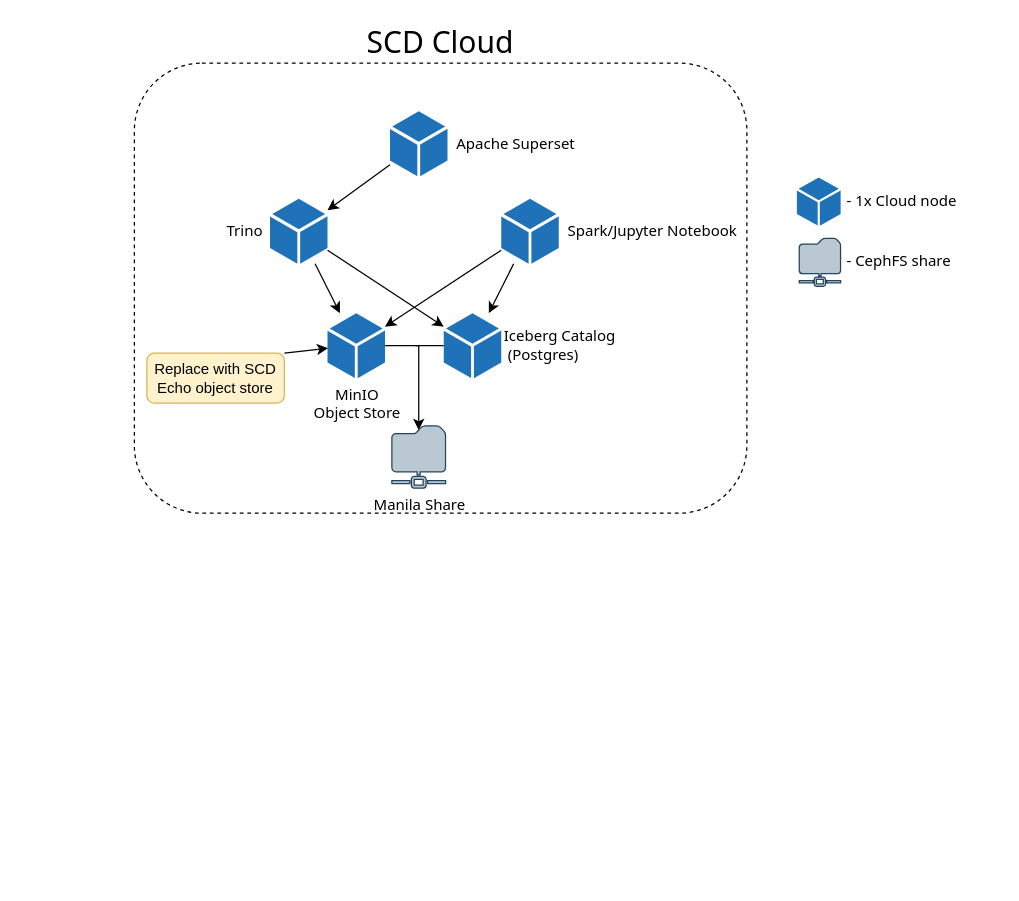
ISISNeutronMuon/ddf-lakehouse-prototype keeps this draw.io diagram as docs/images/ISIS Data Lakehouse PoC.drawio. Above is the earlier version. Source tidied: cells renumbered, new cells numbered last; positions are measured from the earlier drawing's top-left corner, leaving out a move shared by most shapes. Both pictures are drawn from the tidied source at 125%, with x=0, y=0 at pixel (134, 62).
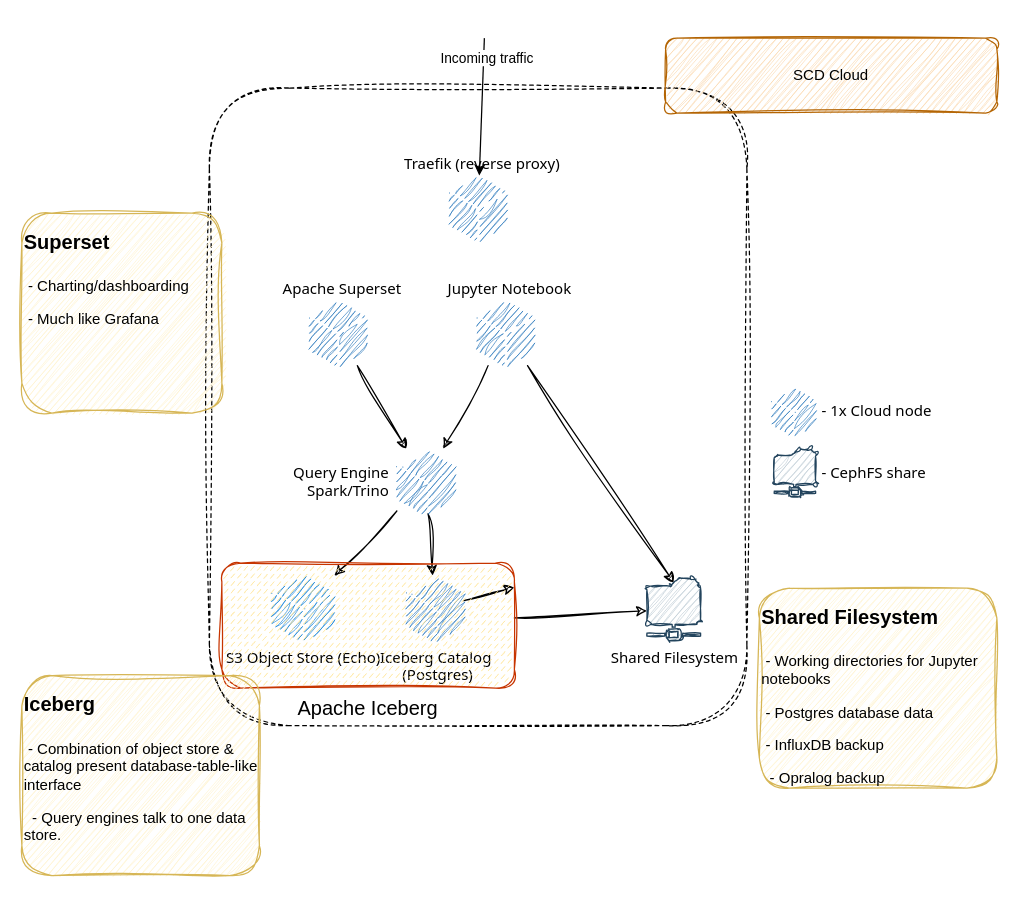
Above is the later version.

Change to the diagram source:
```diff
@@
+    <mxCell id="20" style="endArrow=none;html=1;rounded=0;endFill=0;startArrow=classic;startFill=1;" parent="1" edge="1" source="31">
+      <mxGeometry relative="1" as="geometry">
+        <mxPoint x="280" y="-20" as="targetPoint" />
+      </mxGeometry>
+    </mxCell>
+    <mxCell id="21" value="Incoming traffic" style="edgeLabel;html=1;align=center;verticalAlign=middle;" parent="20" vertex="1">
+      <mxGeometry x="0.73" y="-2" relative="1" as="geometry" />
+    </mxCell>
-    <mxCell id="2" value="SCD Cloud" style="rounded=1;whiteSpace=wrap;html=1;dashed=1;fillColor=none;fontFamily=Tahoma;labelPosition=center;verticalLabelPosition=top;align=center;verticalAlign=bottom;fontSize=24;" parent="1" vertex="1">
-      <mxGeometry width="490" height="360" as="geometry" />
+    <mxCell id="2" style="rounded=1;whiteSpace=wrap;html=1;dashed=1;fillColor=none;fontFamily=Tahoma;labelPosition=center;verticalLabelPosition=top;align=center;verticalAlign=bottom;fontSize=24;sketch=1;curveFitting=1;jiggle=2;" parent="1" vertex="1">
+      <mxGeometry x="60" y="20" width="430" height="510" as="geometry" />
     </mxCell>
-    <mxCell id="3" value="Manila Share" style="sketch=0;shadow=0;dashed=0;html=1;strokeColor=#23445d;labelPosition=center;verticalLabelPosition=bottom;verticalAlign=top;align=center;fillColor=#bac8d3;shape=mxgraph.mscae.enterprise.shared_folder;fontFamily=Tahoma;" parent="1" vertex="1">
-      <mxGeometry x="206" y="290" width="43" height="50" as="geometry" />
+    <mxCell id="3" value="Shared Filesystem" style="sketch=1;shadow=0;dashed=0;html=1;strokeColor=#23445d;labelPosition=center;verticalLabelPosition=bottom;verticalAlign=top;align=center;fillColor=#bac8d3;shape=mxgraph.mscae.enterprise.shared_folder;fontFamily=Tahoma;curveFitting=1;jiggle=2;" parent="1" vertex="1">
+      <mxGeometry x="410" y="412" width="43" height="50" as="geometry" />
     </mxCell>
-    <mxCell id="4" value="MinIO&lt;div&gt;Object Store&lt;/div&gt;" style="sketch=0;shadow=0;dashed=0;html=1;strokeColor=none;labelPosition=center;verticalLabelPosition=bottom;verticalAlign=top;outlineConnect=0;align=center;shape=mxgraph.office.concepts.node_generic;fillColor=#2072B8;fontFamily=Tahoma;" parent="1" vertex="1">
-      <mxGeometry x="154.5" y="200" width="46" height="52" as="geometry" />
-    </mxCell>
+    <mxCell id="22" style="rounded=0;jettySize=auto;html=1;sketch=1;curveFitting=1;jiggle=2;" parent="1" edge="1" source="28" target="3">
+      <mxGeometry relative="1" as="geometry" />
+    </mxCell>
-    <mxCell id="5" value="&amp;nbsp;- 1x Cloud node" style="sketch=0;shadow=0;dashed=0;html=1;strokeColor=none;labelPosition=right;verticalLabelPosition=middle;verticalAlign=middle;align=left;shape=mxgraph.office.concepts.node_generic;fillColor=#2072B8;fontFamily=Tahoma;" parent="1" vertex="1">
-      <mxGeometry x="530" y="91.5" width="35" height="38.5" as="geometry" />
+    <mxCell id="5" value="&amp;nbsp;- 1x Cloud node" style="sketch=1;shadow=0;dashed=0;html=1;strokeColor=none;labelPosition=right;verticalLabelPosition=middle;verticalAlign=middle;align=left;shape=mxgraph.office.concepts.node_generic;fillColor=#2072B8;fontFamily=Tahoma;curveFitting=1;jiggle=2;" parent="1" vertex="1">
+      <mxGeometry x="510" y="260" width="35" height="38.5" as="geometry" />
     </mxCell>
-    <mxCell id="6" style="edgeStyle=orthogonalEdgeStyle;rounded=0;jettySize=auto;html=1;entryX=0.5;entryY=0.07;entryDx=0;entryDy=0;entryPerimeter=0;fontFamily=Tahoma;" parent="1" edge="1" source="4" target="3">
-      <mxGeometry relative="1" as="geometry" />
-    </mxCell>
-    <mxCell id="7" style="edgeStyle=orthogonalEdgeStyle;rounded=0;jettySize=auto;html=1;endArrow=none;endFill=0;fontFamily=Tahoma;" parent="1" edge="1" source="8">
-      <mxGeometry relative="1" as="geometry">
-        <mxPoint x="224.5" y="226" as="targetPoint" />
-      </mxGeometry>
-    </mxCell>
-    <mxCell id="8" value="Iceberg Catalog&lt;div&gt;&amp;nbsp;(Postgres)&lt;/div&gt;" style="sketch=0;shadow=0;dashed=0;html=1;strokeColor=none;labelPosition=right;verticalLabelPosition=middle;verticalAlign=middle;outlineConnect=0;align=left;shape=mxgraph.office.concepts.node_generic;fillColor=#2072B8;fontFamily=Tahoma;" parent="1" vertex="1">
-      <mxGeometry x="247.5" y="200" width="46" height="52" as="geometry" />
-    </mxCell>
-    <mxCell id="9" style="rounded=0;jettySize=auto;html=1;" parent="1" edge="1" source="11" target="4">
+    <mxCell id="9" style="rounded=0;jettySize=auto;html=1;sketch=1;curveFitting=1;jiggle=2;" parent="1" edge="1" source="11" target="4">
       <mxGeometry relative="1" as="geometry" />
     </mxCell>
-    <mxCell id="10" style="rounded=0;jettySize=auto;html=1;" parent="1" edge="1" source="11" target="8">
+    <mxCell id="10" style="rounded=0;jettySize=auto;html=1;sketch=1;curveFitting=1;jiggle=2;" parent="1" edge="1" source="11" target="8">
       <mxGeometry relative="1" as="geometry" />
     </mxCell>
-    <mxCell id="11" value="Trino" style="sketch=0;shadow=0;dashed=0;html=1;strokeColor=none;labelPosition=left;verticalLabelPosition=middle;verticalAlign=middle;outlineConnect=0;align=right;shape=mxgraph.office.concepts.node_generic;fillColor=#2072B8;fontFamily=Tahoma;spacingLeft=0;spacingRight=5;" parent="1" vertex="1">
-      <mxGeometry x="108.5" y="108.5" width="46" height="52" as="geometry" />
+    <mxCell id="11" value="Query Engine&lt;div&gt;Spark/Trino&lt;/div&gt;" style="sketch=1;shadow=0;dashed=0;html=1;strokeColor=none;labelPosition=left;verticalLabelPosition=middle;verticalAlign=middle;outlineConnect=0;align=right;shape=mxgraph.office.concepts.node_generic;fillColor=#2072B8;fontFamily=Tahoma;spacingLeft=0;spacingRight=5;curveFitting=1;jiggle=2;" parent="1" vertex="1">
+      <mxGeometry x="210" y="308.5" width="46" height="52" as="geometry" />
     </mxCell>
-    <mxCell id="12" style="rounded=0;jettySize=auto;html=1;" parent="1" edge="1" source="13" target="4">
-      <mxGeometry relative="1" as="geometry" />
-    </mxCell>
+    <mxCell id="23" style="rounded=0;jettySize=auto;html=1;strokeColor=none;sketch=1;curveFitting=1;jiggle=2;" parent="1" edge="1" source="13" target="11">
+      <mxGeometry relative="1" as="geometry" />
+    </mxCell>
+    <mxCell id="8" value="Iceberg Catalog&lt;div&gt;&amp;nbsp;(Postgres)&lt;/div&gt;" style="sketch=1;shadow=0;dashed=0;html=1;strokeColor=none;labelPosition=center;verticalLabelPosition=bottom;verticalAlign=top;outlineConnect=0;align=center;shape=mxgraph.office.concepts.node_generic;fillColor=#2072B8;fontFamily=Tahoma;curveFitting=1;jiggle=2;" parent="1" vertex="1">
+      <mxGeometry x="217.5" y="410" width="46" height="52" as="geometry" />
+    </mxCell>
+    <mxCell id="24" style="rounded=0;jettySize=auto;html=1;sketch=1;curveFitting=1;jiggle=2;" parent="1" edge="1" source="13" target="11">
+      <mxGeometry relative="1" as="geometry" />
+    </mxCell>
-    <mxCell id="13" value="Spark/Jupyter Notebook" style="sketch=0;shadow=0;dashed=0;html=1;strokeColor=none;labelPosition=right;verticalLabelPosition=middle;verticalAlign=middle;outlineConnect=0;align=left;shape=mxgraph.office.concepts.node_generic;fillColor=#2072B8;fontFamily=Tahoma;spacingLeft=5;" parent="1" vertex="1">
-      <mxGeometry x="293.5" y="108.5" width="46" height="52" as="geometry" />
+    <mxCell id="13" value="Jupyter Notebook" style="sketch=1;shadow=0;dashed=0;html=1;strokeColor=none;labelPosition=center;verticalLabelPosition=top;verticalAlign=bottom;outlineConnect=0;align=center;shape=mxgraph.office.concepts.node_generic;fillColor=#2072B8;fontFamily=Tahoma;spacingLeft=5;curveFitting=1;jiggle=2;" parent="1" vertex="1">
+      <mxGeometry x="274" y="190" width="46" height="52" as="geometry" />
     </mxCell>
-    <mxCell id="14" value="&amp;nbsp;- CephFS share" style="sketch=0;shadow=0;dashed=0;html=1;strokeColor=#23445d;labelPosition=right;verticalLabelPosition=middle;verticalAlign=middle;align=left;fillColor=#bac8d3;shape=mxgraph.mscae.enterprise.shared_folder;fontFamily=Tahoma;" parent="1" vertex="1">
-      <mxGeometry x="531.9" y="140" width="33.1" height="38.5" as="geometry" />
+    <mxCell id="14" value="&amp;nbsp;- CephFS share" style="sketch=1;shadow=0;dashed=0;html=1;strokeColor=#23445d;labelPosition=right;verticalLabelPosition=middle;verticalAlign=middle;align=left;fillColor=#bac8d3;shape=mxgraph.mscae.enterprise.shared_folder;fontFamily=Tahoma;curveFitting=1;jiggle=2;" parent="1" vertex="1">
+      <mxGeometry x="511.9" y="308.5" width="33.1" height="38.5" as="geometry" />
     </mxCell>
-    <mxCell id="15" style="rounded=0;jettySize=auto;html=1;" parent="1" edge="1" source="13" target="8">
-      <mxGeometry relative="1" as="geometry" />
-    </mxCell>
-    <mxCell id="16" style="rounded=0;jettySize=auto;html=1;" parent="1" edge="1" source="17" target="11">
+    <mxCell id="16" style="rounded=0;jettySize=auto;html=1;sketch=1;curveFitting=1;jiggle=2;" parent="1" edge="1" source="17" target="11">
       <mxGeometry relative="1" as="geometry" />
     </mxCell>
-    <mxCell id="17" value="Apache Superset" style="sketch=0;shadow=0;dashed=0;html=1;strokeColor=none;labelPosition=right;verticalLabelPosition=middle;verticalAlign=middle;outlineConnect=0;align=left;shape=mxgraph.office.concepts.node_generic;fillColor=#2072B8;fontFamily=Tahoma;spacingLeft=5;" parent="1" vertex="1">
-      <mxGeometry x="204.5" y="38.5" width="46" height="52" as="geometry" />
+    <mxCell id="17" value="Apache Superset" style="sketch=1;shadow=0;dashed=0;html=1;strokeColor=none;labelPosition=center;verticalLabelPosition=top;verticalAlign=bottom;outlineConnect=0;align=center;shape=mxgraph.office.concepts.node_generic;fillColor=#2072B8;fontFamily=Tahoma;spacingLeft=5;curveFitting=1;jiggle=2;" parent="1" vertex="1">
+      <mxGeometry x="140" y="190" width="46" height="52" as="geometry" />
     </mxCell>
-    <mxCell id="18" style="rounded=0;jettySize=auto;html=1;exitX=1;exitY=0;exitDx=0;exitDy=0;" parent="1" edge="1" source="19">
-      <mxGeometry relative="1" as="geometry">
-        <mxPoint x="155" y="228" as="targetPoint" />
-      </mxGeometry>
-    </mxCell>
-    <mxCell id="19" value="Replace with SCD Echo object store" style="text;html=1;align=center;verticalAlign=middle;whiteSpace=wrap;rounded=1;fillColor=#fff2cc;strokeColor=#d6b656;" parent="1" vertex="1">
-      <mxGeometry x="10" y="232" width="110" height="40" as="geometry" />
-    </mxCell>
+    <mxCell id="25" style="rounded=0;jettySize=auto;html=1;entryX=0.5;entryY=0.07;entryDx=0;entryDy=0;entryPerimeter=0;sketch=1;curveFitting=1;jiggle=2;" parent="1" edge="1" source="13" target="3">
+      <mxGeometry relative="1" as="geometry" />
+    </mxCell>
+    <mxCell id="26" value="&lt;h1 style=&quot;margin-top: 0px;&quot;&gt;&lt;font style=&quot;font-size: 16px;&quot;&gt;Shared Filesystem&lt;/font&gt;&lt;/h1&gt;&lt;p&gt;&amp;nbsp;- Working directories for Jupyter notebooks&lt;/p&gt;&lt;p&gt;&lt;span style=&quot;background-color: initial;&quot;&gt;&amp;nbsp;- Postgres database data&lt;/span&gt;&lt;/p&gt;&lt;p&gt;&amp;nbsp;- InfluxDB backup&lt;/p&gt;&lt;p&gt;&amp;nbsp; - Opralog backup&lt;/p&gt;&lt;p&gt;&lt;span style=&quot;background-color: initial;&quot;&gt;&lt;br&gt;&lt;/span&gt;&lt;/p&gt;&lt;p&gt;&lt;span style=&quot;background-color: initial;&quot;&gt;&lt;br&gt;&lt;/span&gt;&lt;/p&gt;" style="text;html=1;whiteSpace=wrap;overflow=hidden;rounded=1;fillColor=#fff2cc;strokeColor=#d6b656;sketch=1;curveFitting=1;jiggle=2;" parent="1" vertex="1">
+      <mxGeometry x="500" y="420" width="190" height="160" as="geometry" />
+    </mxCell>
+    <mxCell id="4" value="S3&amp;nbsp;&lt;span style=&quot;background-color: initial;&quot;&gt;Object Store (Echo)&lt;/span&gt;" style="sketch=1;shadow=0;dashed=0;html=1;strokeColor=none;labelPosition=center;verticalLabelPosition=bottom;verticalAlign=top;outlineConnect=0;align=center;shape=mxgraph.office.concepts.node_generic;fillColor=#0178D4;fontFamily=Tahoma;curveFitting=1;jiggle=2;" parent="1" vertex="1">
+      <mxGeometry x="110" y="410" width="50" height="52" as="geometry" />
+    </mxCell>
+    <mxCell id="27" style="rounded=0;jettySize=auto;html=1;sketch=1;curveFitting=1;jiggle=2;" parent="1" edge="1" source="8" target="28">
+      <mxGeometry relative="1" as="geometry" />
+    </mxCell>
+    <mxCell id="28" value="Apache Iceberg" style="rounded=1;whiteSpace=wrap;html=1;fillColor=#FFE599;strokeColor=#C73500;labelBackgroundColor=none;sketch=1;curveFitting=1;jiggle=2;fontColor=#000000;labelPosition=center;verticalLabelPosition=bottom;align=center;verticalAlign=top;fontSize=16;fillStyle=dashed;" parent="1" vertex="1">
+      <mxGeometry x="70" y="400" width="234" height="100" as="geometry" />
+    </mxCell>
+    <mxCell id="29" value="&lt;h1 style=&quot;margin-top: 0px;&quot;&gt;&lt;font style=&quot;font-size: 16px;&quot;&gt;Iceberg&lt;/font&gt;&lt;/h1&gt;&lt;p&gt;&amp;nbsp;- Combination of object store &amp;amp; catalog present database-table-like interface&lt;/p&gt;&lt;p&gt;&amp;nbsp; - Query engines talk to one data store.&amp;nbsp;&lt;/p&gt;&lt;p&gt;&lt;span style=&quot;background-color: initial;&quot;&gt;&lt;br&gt;&lt;/span&gt;&lt;/p&gt;" style="text;html=1;whiteSpace=wrap;overflow=hidden;rounded=1;fillColor=#fff2cc;strokeColor=#d6b656;sketch=1;curveFitting=1;jiggle=2;" parent="1" vertex="1">
+      <mxGeometry x="-90" y="490" width="190" height="160" as="geometry" />
+    </mxCell>
+    <mxCell id="30" value="&lt;h1 style=&quot;margin-top: 0px;&quot;&gt;&lt;font style=&quot;font-size: 16px;&quot;&gt;Superset&lt;/font&gt;&lt;/h1&gt;&lt;p&gt;&amp;nbsp;- Charting/dashboarding&lt;/p&gt;&lt;p&gt;&amp;nbsp;- Much like Grafana&lt;/p&gt;" style="text;html=1;whiteSpace=wrap;overflow=hidden;rounded=1;fillColor=#fff2cc;strokeColor=#d6b656;sketch=1;curveFitting=1;jiggle=2;" parent="1" vertex="1">
+      <mxGeometry x="-90" y="120" width="160" height="160" as="geometry" />
+    </mxCell>
+    <mxCell id="31" value="Traefik (reverse proxy)" style="sketch=1;shadow=0;dashed=0;html=1;strokeColor=none;labelPosition=center;verticalLabelPosition=top;verticalAlign=bottom;outlineConnect=0;align=center;shape=mxgraph.office.concepts.node_generic;fillColor=#2072B8;fontFamily=Tahoma;spacingLeft=5;curveFitting=1;jiggle=2;" parent="1" vertex="1">
+      <mxGeometry x="252" y="90" width="46" height="52" as="geometry" />
+    </mxCell>
+    <mxCell id="32" value="SCD Cloud" style="rounded=1;whiteSpace=wrap;html=1;sketch=1;curveFitting=1;jiggle=2;fillColor=#fad7ac;strokeColor=#b46504;" parent="1" vertex="1">
+      <mxGeometry x="425" y="-20" width="265" height="60" as="geometry" />
+    </mxCell>
```
